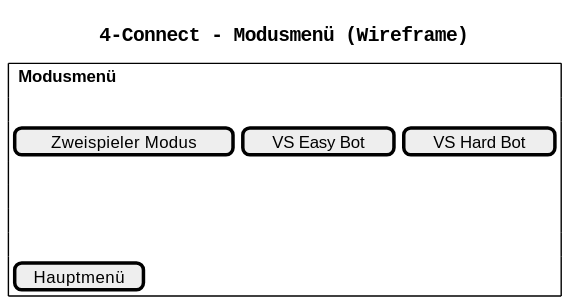
Earlier version of the PlantUML export prototyp/Wireframe-02_modusmenue.svg (realLucas01/SEGR11).
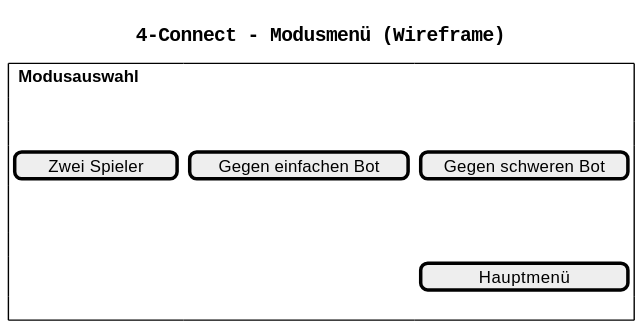
Above is the later version.

The edit, as a diff of the source:
```diff
@@ -6,14 +6,15 @@
 salt
 {
   {+
-    {^ **Modusmenü** }
-    .
-    {[ Zweispieler Modus ] | [ VS Easy Bot ] | [ VS Hard Bot ]}
-    .
-    .
-    .
-    .
-    {[ Hauptmenü ]}
+    {^ **Modusauswahl** }
+.
+.
+    {[ Zwei Spieler ]}{[Gegen einfachen Bot]}{[Gegen schweren Bot]}
+.
+.
+.
+    {                }{                     }{[     Hauptmenü    ]}
+.
   }
 }
 @enduml
```
